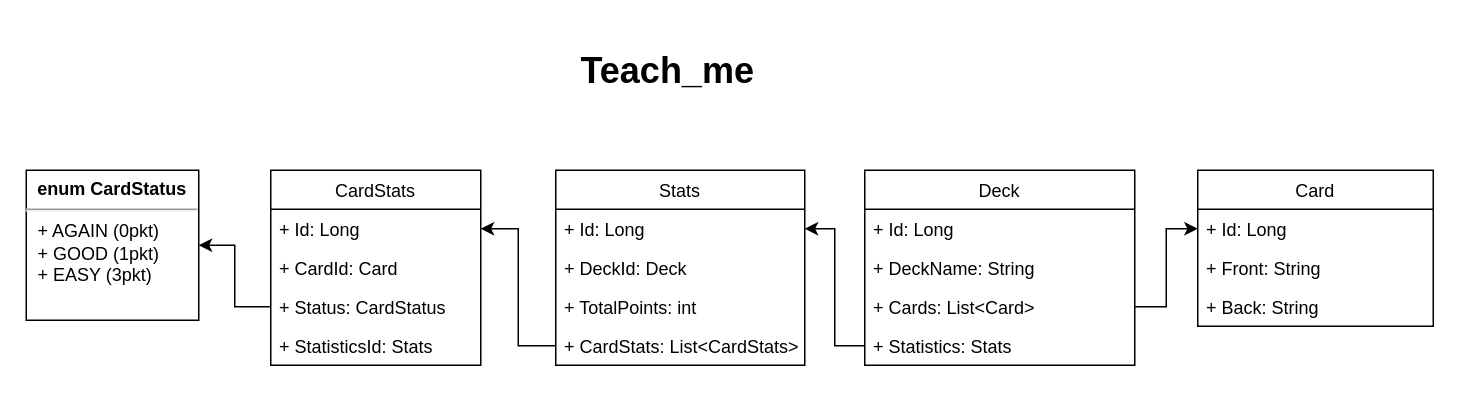
This is teachme.drawio from bobend212/Teach_me, a draw.io file, before an edit. Source tidied: cells renumbered, new cells numbered last; positions are measured from the earlier drawing's top-left corner, leaving out a move shared by most shapes. Both pictures are drawn from the tidied source at 150%, with x=0, y=0 at pixel (26, 40).
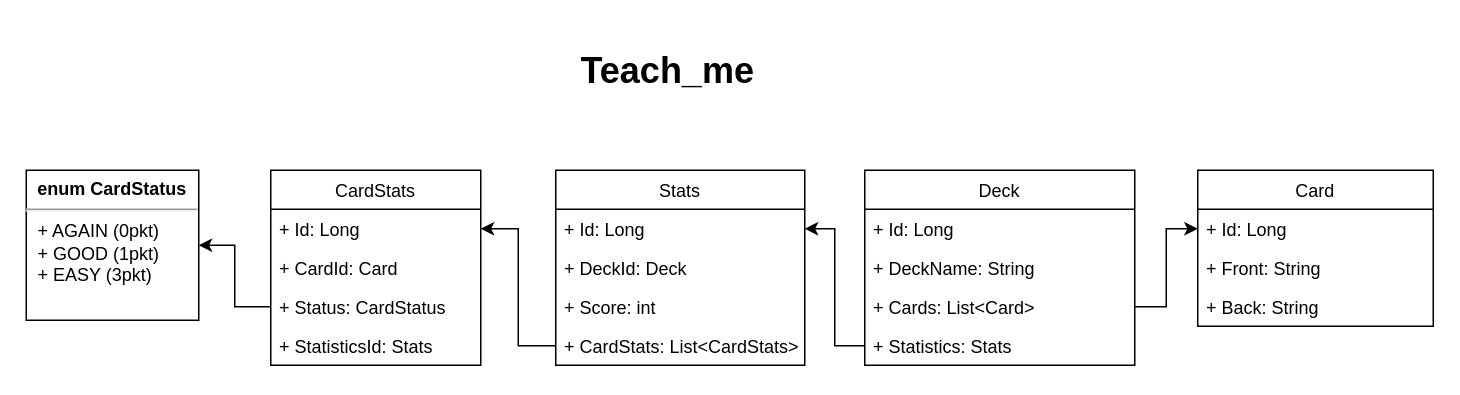
Above is the later version.

Unchanged cells that the change refers to:
```xml
<mxCell id="13" value="Stats" style="swimlane;fontStyle=0;horizontal=1;startSize=26;fillColor=none;" parent="1" vertex="1">
  <mxGeometry x="353" y="86" width="166" height="130" as="geometry" />
</mxCell>
```

Diff of the diagram source:
```diff
@@
-    <mxCell id="16" value="+ TotalPoints: int" style="text;strokeColor=none;fillColor=none;align=left;verticalAlign=top;spacingLeft=4;spacingRight=4;overflow=hidden;" parent="13" vertex="1">
+    <mxCell id="16" value="+ Score: int" style="text;strokeColor=none;fillColor=none;align=left;verticalAlign=top;spacingLeft=4;spacingRight=4;overflow=hidden;" parent="13" vertex="1">
       <mxGeometry y="78" width="166" height="26" as="geometry" />
     </mxCell>
```
